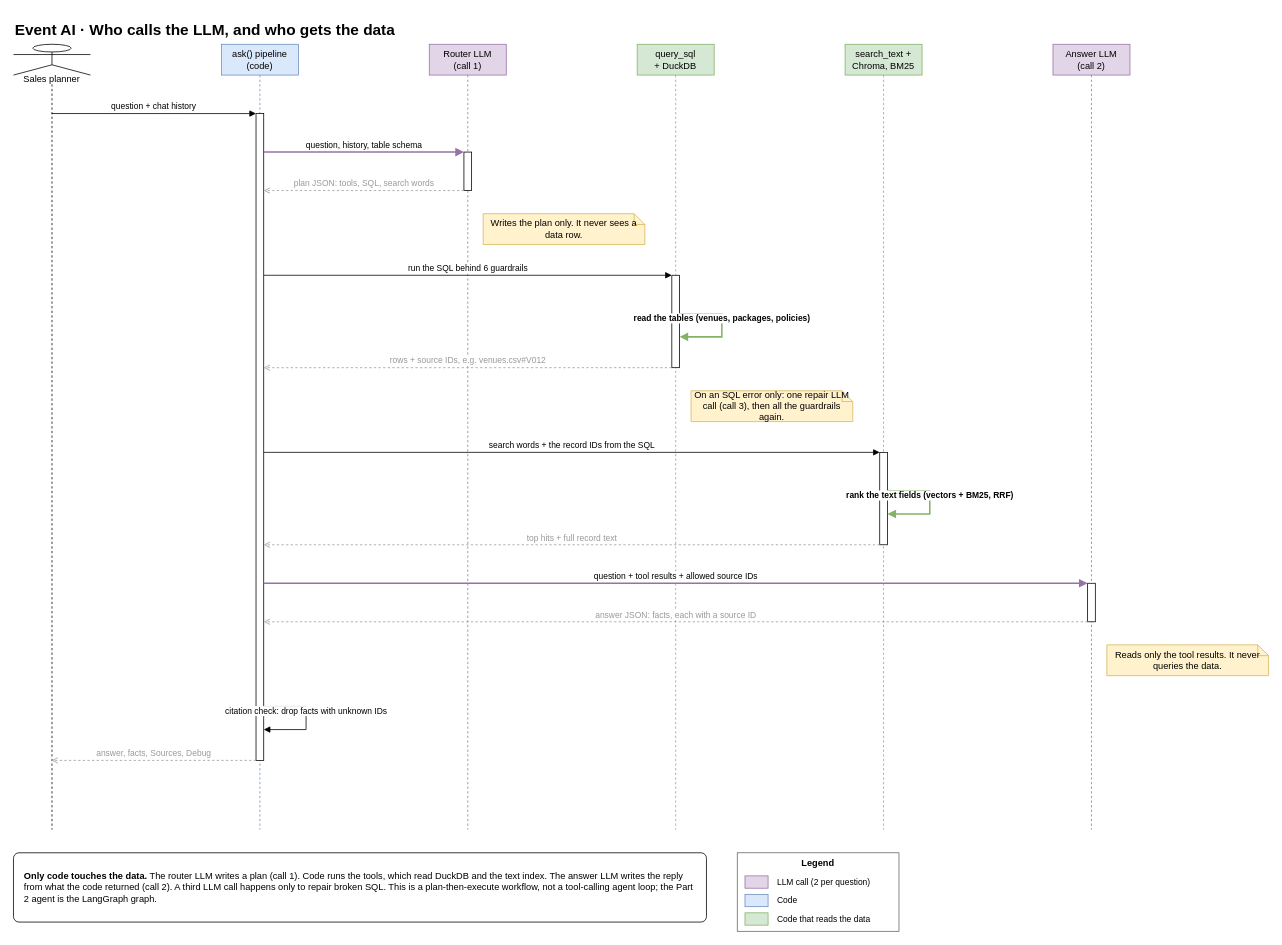
Earlier version of the draw.io diagram page "4 · Who calls the LLM, who gets the data" (4 of 4) of docs/diagrams/event-ai-part1.drawio (jaco-verryne/event-ai). Source tidied: cells renumbered, new cells numbered last; positions are measured from the earlier drawing's top-left corner, leaving out a move shared by most shapes. Both pictures are drawn from the tidied source at 77%, with x=0, y=0 at pixel (13, 13).
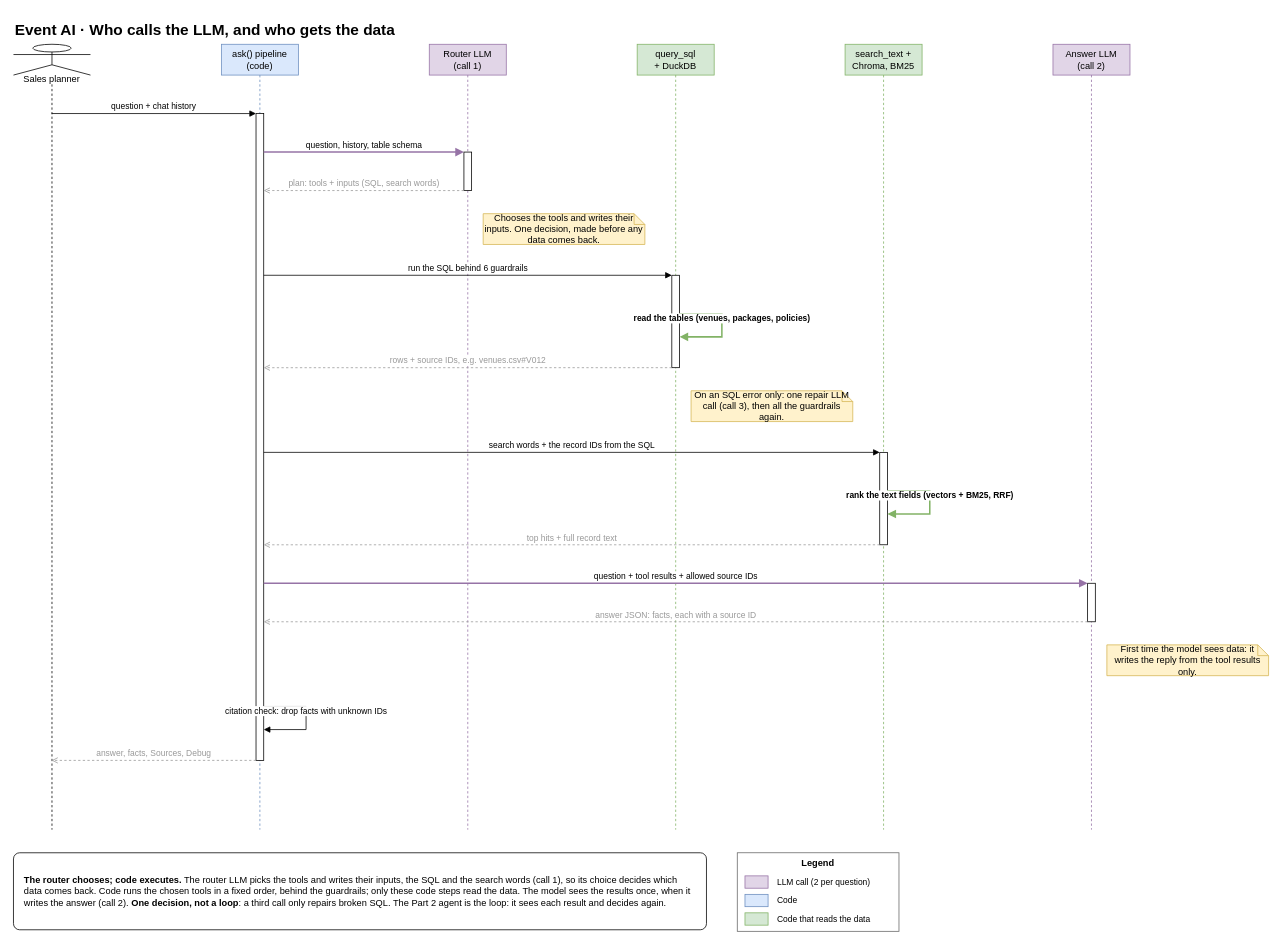
The same diagram, later.

Commit message (it also covers changes not shown here):
Reword the LLM-call diagram: the router chooses, code executes

Unchanged cells that the change refers to:
```xml
<mxCell id="8" style="html=1;points=[];perimeter=orthogonalPerimeter;outlineConnect=0;fillColor=#ffffff;" parent="4" vertex="1">
  <mxGeometry x="45" y="140" width="10" height="50" as="geometry" />
</mxCell>
<mxCell id="12" style="html=1;points=[];perimeter=orthogonalPerimeter;outlineConnect=0;fillColor=#ffffff;" parent="3" vertex="1">
  <mxGeometry x="45" y="90" width="10" height="840" as="geometry" />
</mxCell>
```

Change to the diagram source:
```diff
@@
-    <mxCell id="15" value="plan JSON: tools, SQL, search words" style="html=1;verticalAlign=bottom;endArrow=open;dashed=1;curved=0;rounded=0;strokeColor=#999999;fontColor=#999999;exitX=0;exitY=1.0;entryX=1;entryY=0.119;" parent="1" edge="1" source="8" target="12">
+    <mxCell id="15" value="plan: tools + inputs (SQL, search words)" style="html=1;verticalAlign=bottom;endArrow=open;dashed=1;curved=0;rounded=0;strokeColor=#999999;fontColor=#999999;exitX=0;exitY=1.0;entryX=1;entryY=0.119;" parent="1" edge="1" source="8" target="12">
       <mxGeometry relative="1" as="geometry" />
     </mxCell>
-    <mxCell id="16" value="Writes the plan only. It never sees a data row." style="shape=note;whiteSpace=wrap;html=1;size=14;fillColor=#fff2cc;strokeColor=#d6b656;" parent="1" vertex="1">
+    <mxCell id="16" value="Chooses the tools and writes their inputs. One decision, made before any data comes back." style="shape=note;whiteSpace=wrap;html=1;size=14;fillColor=#fff2cc;strokeColor=#d6b656;" parent="1" vertex="1">
       <mxGeometry x="610" y="260" width="210" height="40" as="geometry" />
     </mxCell>
@@
-    <mxCell id="26" value="Reads only the tool results. It never queries the data." style="shape=note;whiteSpace=wrap;html=1;size=14;fillColor=#fff2cc;strokeColor=#d6b656;" parent="1" vertex="1">
+    <mxCell id="26" value="First time the model sees data: it writes the reply from the tool results only." style="shape=note;whiteSpace=wrap;html=1;size=14;fillColor=#fff2cc;strokeColor=#d6b656;" parent="1" vertex="1">
       <mxGeometry x="1420" y="820" width="210" height="40" as="geometry" />
     </mxCell>
@@
-    <mxCell id="30" value="&lt;b&gt;Only code touches the data.&lt;/b&gt; The router LLM writes a plan (call 1). Code runs the tools, which read DuckDB and the text index. The answer LLM writes the reply from what the code returned (call 2). A third LLM call happens only to repair broken SQL. This is a plan-then-execute workflow, not a tool-calling agent loop; the Part 2 agent is the LangGraph graph." style="rounded=1;whiteSpace=wrap;html=1;arcSize=8;fontSize=12;align=left;spacingLeft=12;spacingRight=12;fillColor=#ffffff;strokeColor=#000000;" parent="1" vertex="1">
-      <mxGeometry y="1090" width="900" height="90" as="geometry" />
+    <mxCell id="30" value="&lt;b&gt;The router chooses; code executes.&lt;/b&gt; The router LLM picks the tools and writes their inputs, the SQL and the search words (call 1), so its choice decides which data comes back. Code runs the chosen tools in a fixed order, behind the guardrails; only these code steps read the data. The model sees the results once, when it writes the answer (call 2). &lt;b&gt;One decision, not a loop&lt;/b&gt;: a third call only repairs broken SQL. The Part 2 agent is the loop: it sees each result and decides again." style="rounded=1;whiteSpace=wrap;html=1;arcSize=8;fontSize=12;align=left;spacingLeft=12;spacingRight=12;fillColor=#ffffff;strokeColor=#000000;" parent="1" vertex="1">
+      <mxGeometry y="1090" width="900" height="100" as="geometry" />
     </mxCell>
```
